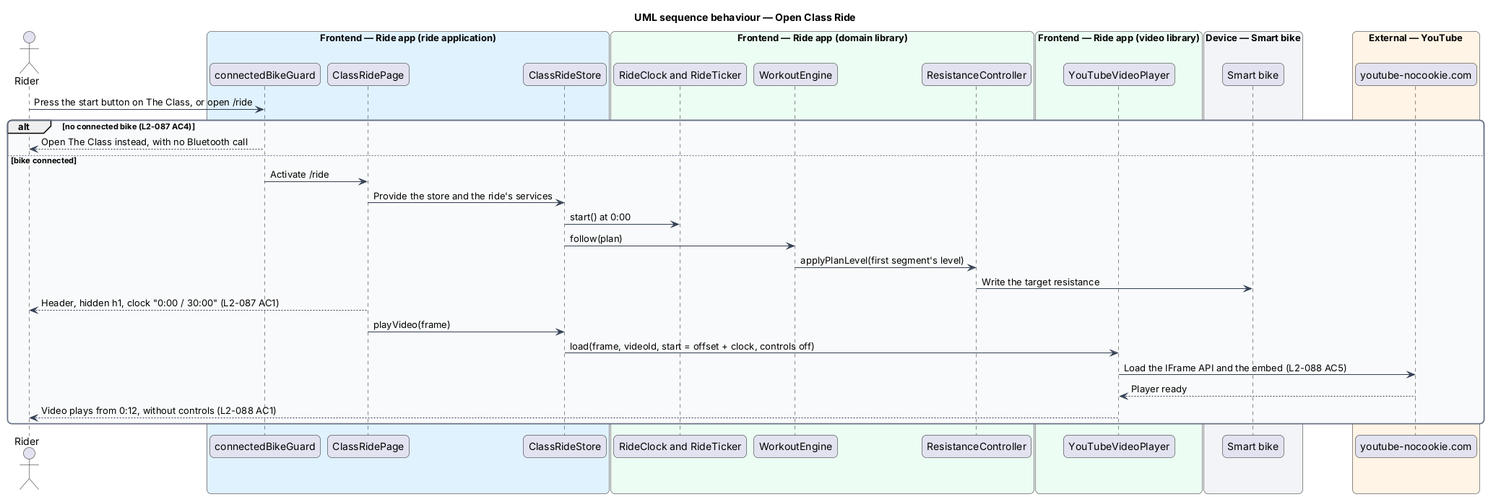
Above: docs/detailed-designs/class-ride/ride-the-class/diagrams/sequence-open-class-ride.png in QuinntyneBrown/ride-one (PlantUML), before the change.
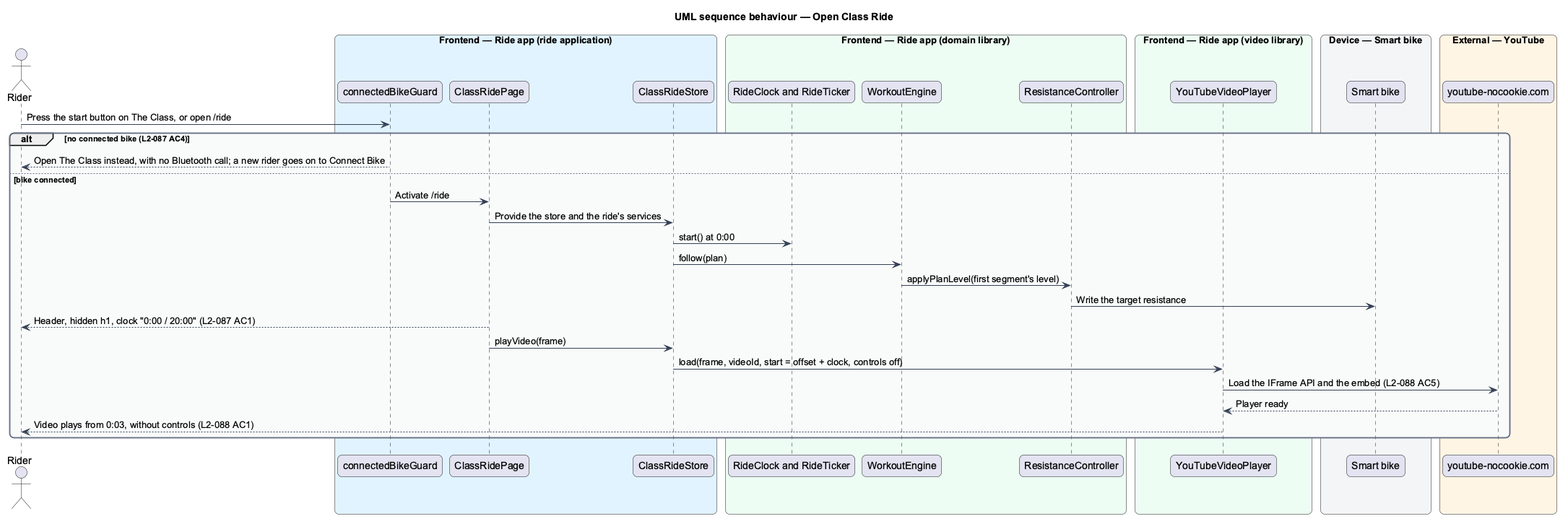
The same file after the commit.

Diff of the diagram source:
```diff
@@ -36,7 +36,7 @@
 end box
 rider -> guard : Press the start button on The Class, or open /ride
 alt no connected bike (L2-087 AC4)
-  guard --> rider : Open The Class instead, with no Bluetooth call
+  guard --> rider : Open The Class instead, with no Bluetooth call; a new rider goes on to Connect Bike
 else bike connected
   guard -> page : Activate /ride
   page -> store : Provide the store and the ride's services
@@ -44,11 +44,11 @@
   store -> engine : follow(plan)
   engine -> resist : applyPlanLevel(first segment's level)
   resist -> bike : Write the target resistance
-  page --> rider : Header, hidden h1, clock "0:00 / 30:00" (L2-087 AC1)
+  page --> rider : Header, hidden h1, clock "0:00 / 20:00" (L2-087 AC1)
   page -> store : playVideo(frame)
   store -> player : load(frame, videoId, start = offset + clock, controls off)
   player -> yt : Load the IFrame API and the embed (L2-088 AC5)
   yt --> player : Player ready
-  player --> rider : Video plays from 0:12, without controls (L2-088 AC1)
+  player --> rider : Video plays from 0:03, without controls (L2-088 AC1)
 end
 @enduml
```
